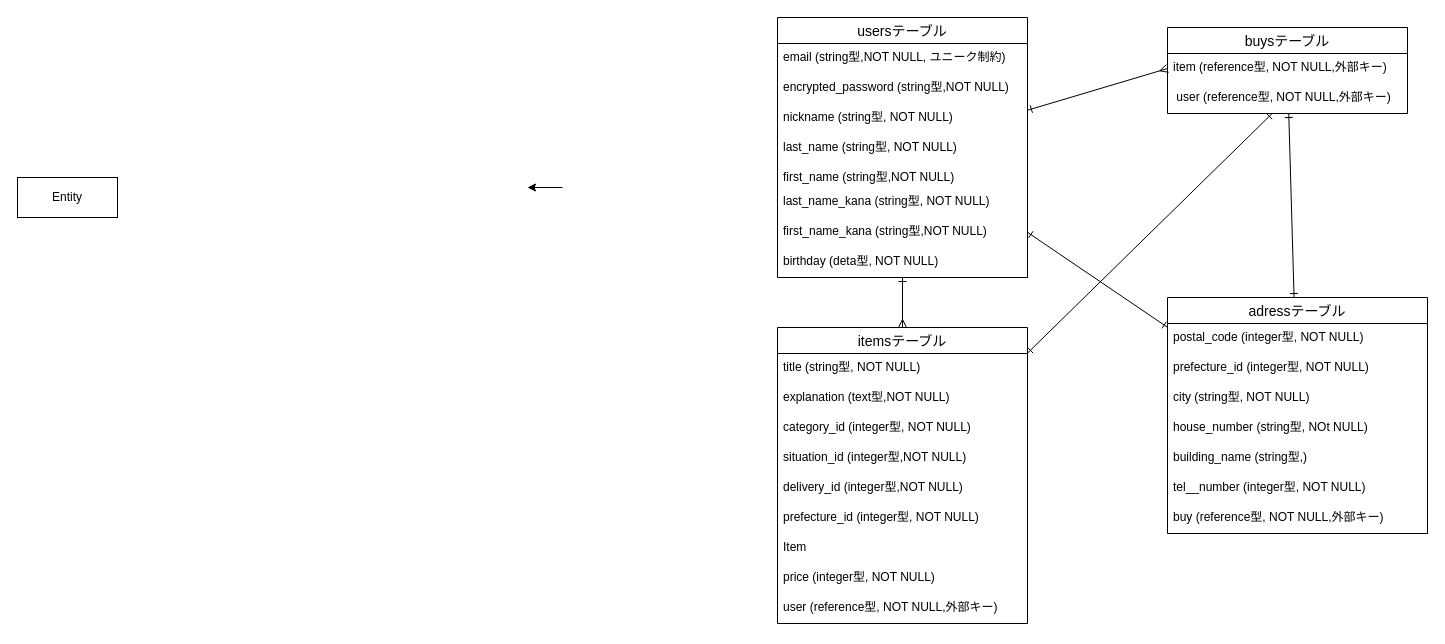
This is furima.dio from kyouhei53/furima-38974, a draw.io file, before an edit. Source tidied: cells renumbered, new cells numbered last; positions are measured from the earlier drawing's top-left corner, leaving out a move shared by most shapes. Both pictures are drawn from the tidied source at 100%, with x=0, y=0 at pixel (17, 17).
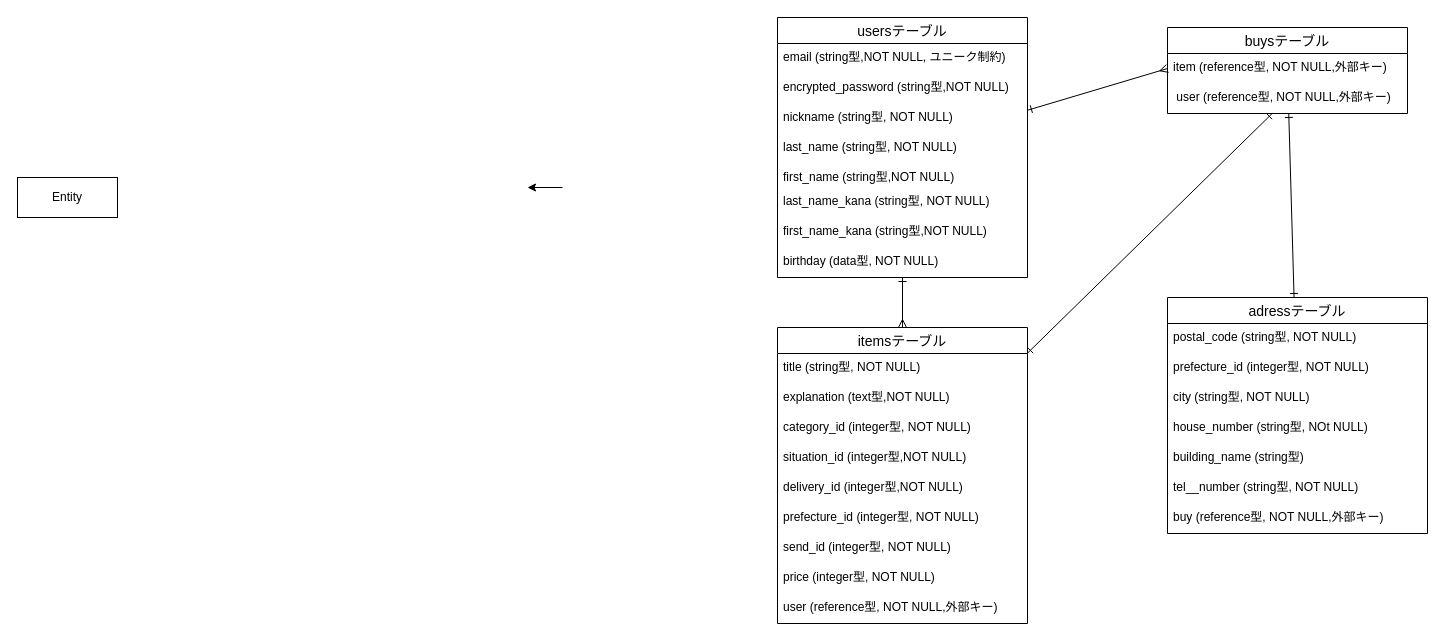
Above is the later version.

Commit message (it also covers changes not shown here):
データベース

The change refers to these unchanged cells:
```xml
<mxCell id="6" value="usersテーブル" style="swimlane;fontStyle=0;horizontal=1;startSize=26;align=center;fontSize=14;" parent="1" vertex="1">
  <mxGeometry x="760" width="250" height="260" as="geometry" />
</mxCell>
<mxCell id="18" value="itemsテーブル" style="swimlane;fontStyle=0;horizontal=1;startSize=26;align=center;fontSize=14;" parent="1" vertex="1">
  <mxGeometry x="760" y="310" width="250" height="296" as="geometry" />
</mxCell>
<mxCell id="32" value="adressテーブル" style="swimlane;fontStyle=0;horizontal=1;startSize=26;align=center;fontSize=14;" parent="1" vertex="1">
  <mxGeometry x="1150" y="280" width="260" height="236" as="geometry" />
</mxCell>
```

Change to the diagram source:
```diff
@@
-    <mxCell id="5" style="edgeStyle=none;html=1;startArrow=ERone;startFill=0;endArrow=ERone;endFill=0;" parent="1" edge="1" source="6" target="32">
-      <mxGeometry relative="1" as="geometry" />
-    </mxCell>
@@
-    <mxCell id="14" value="birthday (deta型, NOT NULL)" style="text;strokeColor=none;fillColor=none;spacingLeft=4;spacingRight=4;overflow=hidden;fontSize=12;" parent="6" vertex="1">
+    <mxCell id="14" value="birthday (data型, NOT NULL)" style="text;strokeColor=none;fillColor=none;spacingLeft=4;spacingRight=4;overflow=hidden;fontSize=12;" parent="6" vertex="1">
       <mxGeometry y="230" width="250" height="30" as="geometry" />
     </mxCell>
@@
-    <mxCell id="25" value="Item" style="text;strokeColor=none;fillColor=none;spacingLeft=4;spacingRight=4;overflow=hidden;fontSize=12;" parent="18" vertex="1">
+    <mxCell id="25" value="send_id (integer型, NOT NULL)" style="text;strokeColor=none;fillColor=none;spacingLeft=4;spacingRight=4;overflow=hidden;fontSize=12;" parent="18" vertex="1">
       <mxGeometry y="206" width="250" height="30" as="geometry" />
     </mxCell>
@@
-    <mxCell id="33" value="postal_code (integer型, NOT NULL)" style="text;strokeColor=none;fillColor=none;spacingLeft=4;spacingRight=4;overflow=hidden;fontSize=12;" parent="32" vertex="1">
+    <mxCell id="33" value="postal_code (string型, NOT NULL)" style="text;strokeColor=none;fillColor=none;spacingLeft=4;spacingRight=4;overflow=hidden;fontSize=12;" parent="32" vertex="1">
       <mxGeometry y="26" width="260" height="30" as="geometry" />
     </mxCell>
@@
-    <mxCell id="37" value="building_name (string型,)" style="text;strokeColor=none;fillColor=none;spacingLeft=4;spacingRight=4;overflow=hidden;fontSize=12;" parent="32" vertex="1">
+    <mxCell id="37" value="building_name (string型)" style="text;strokeColor=none;fillColor=none;spacingLeft=4;spacingRight=4;overflow=hidden;fontSize=12;" parent="32" vertex="1">
       <mxGeometry y="146" width="260" height="30" as="geometry" />
     </mxCell>
-    <mxCell id="38" value="tel__number (integer型, NOT NULL)" style="text;strokeColor=none;fillColor=none;spacingLeft=4;spacingRight=4;overflow=hidden;fontSize=12;" parent="32" vertex="1">
+    <mxCell id="38" value="tel__number (string型, NOT NULL)" style="text;strokeColor=none;fillColor=none;spacingLeft=4;spacingRight=4;overflow=hidden;fontSize=12;" parent="32" vertex="1">
       <mxGeometry y="176" width="260" height="30" as="geometry" />
     </mxCell>
```
